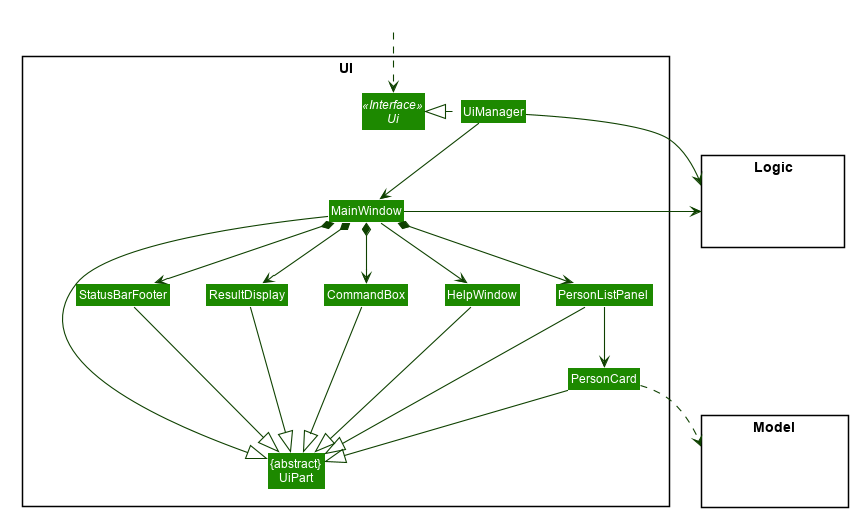
Above: docs/images/UiClassDiagram.png in nus-cs2103-AY2021S1/tp (PlantUML), before the change.
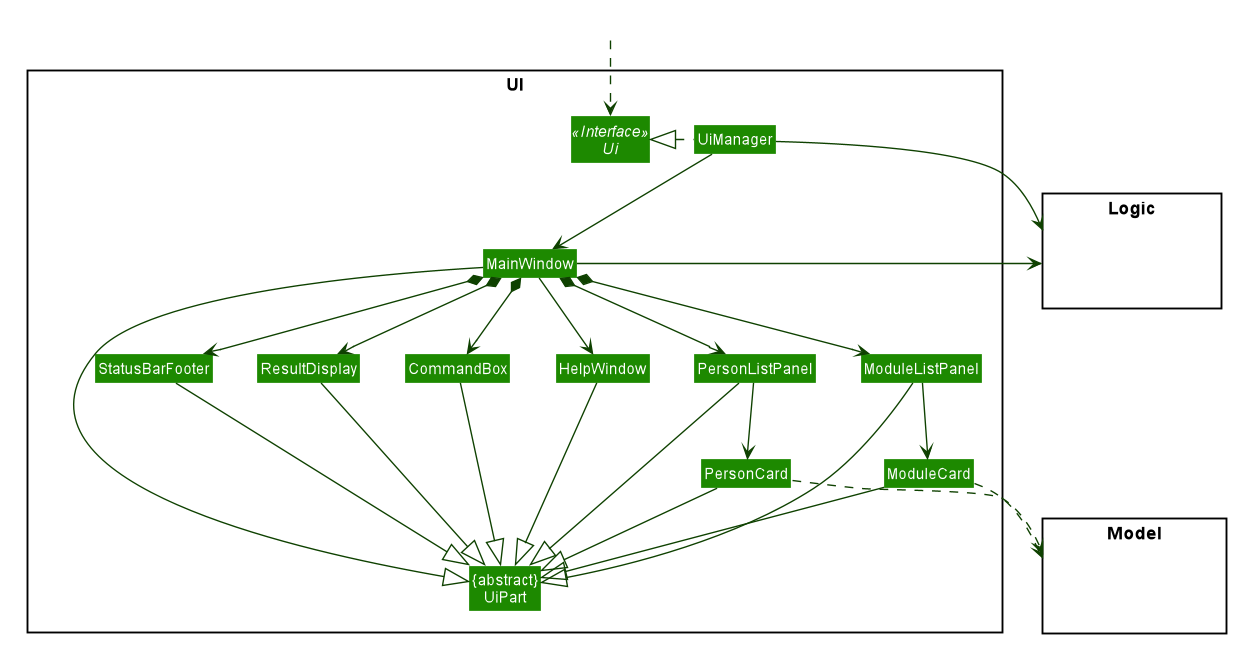
After the commit.

Diff of the diagram source:
```diff
@@ -60,6 +60,8 @@
 Class ResultDisplay
 Class PersonListPanel
 Class PersonCard
+Class ModuleListPanel
+Class ModuleCard
 Class StatusBarFooter
 Class CommandBox
 }
@@ -81,9 +83,11 @@
 MainWindow *-down-> CommandBox
 MainWindow *-down-> ResultDisplay
 MainWindow *-down-> PersonListPanel
+MainWindow *-down-> ModuleListPanel
 MainWindow *-down-> StatusBarFooter
 
 PersonListPanel -down-> PersonCard
+ModuleListPanel -down-> ModuleCard
 
 MainWindow -left-|> UiPart
 
@@ -91,13 +95,17 @@
 CommandBox --|> UiPart
 PersonListPanel --|> UiPart
 PersonCard --|> UiPart
+ModuleListPanel --|> UiPart
+ModuleCard --|> UiPart
 StatusBarFooter --|> UiPart
 HelpWindow -down-|> UiPart
 
 PersonCard ..> Model
+ModuleCard ..> Model
 UiManager -right-> Logic
 MainWindow -left-> Logic
 
+ModuleListPanel -[hidden]left- PersonListPanel
 PersonListPanel -[hidden]left- HelpWindow
 HelpWindow -[hidden]left- CommandBox
 CommandBox -[hidden]left- ResultDisplay
```
